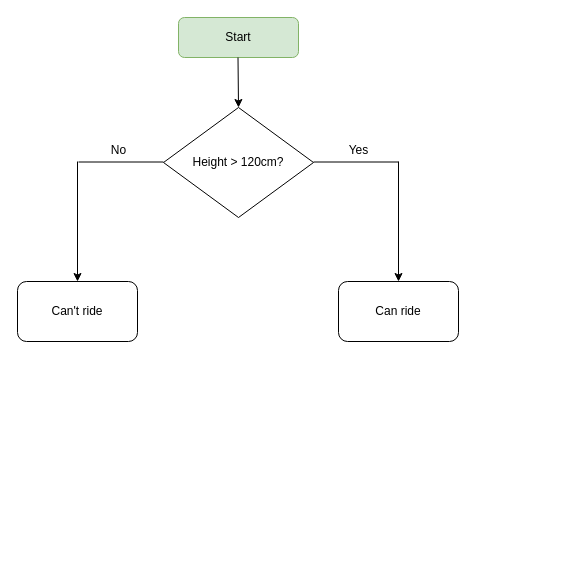
bavinclint/100DayOfCode keeps this draw.io diagram as python/rollacosta.drawio. Above is the earlier version. Source tidied: cells renumbered, new cells numbered last; positions are measured from the earlier drawing's top-left corner, leaving out a move shared by most shapes. Both pictures are drawn from the tidied source at 100%, with x=0, y=0 at pixel (17, 17).
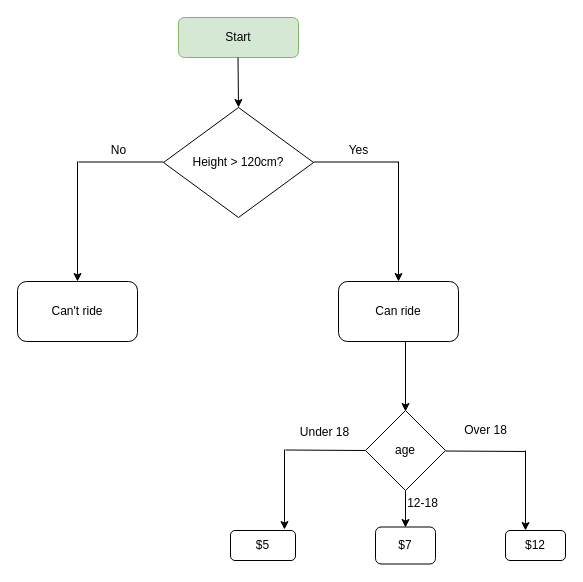
The same page after the edit.

Change to the diagram source:
```diff
@@
+    <mxCell id="13" style="endArrow=classic;html=1;rounded=0;" parent="1" edge="1">
+      <mxGeometry relative="1" as="geometry">
+        <mxPoint x="388" y="324" as="sourcePoint" />
+        <mxPoint x="388" y="394" as="targetPoint" />
+      </mxGeometry>
+    </mxCell>
+    <mxCell id="14" value="age" style="rhombus;whiteSpace=wrap;html=1;" parent="1" vertex="1">
+      <mxGeometry x="348" y="393" width="80" height="80" as="geometry" />
+    </mxCell>
+    <mxCell id="15" style="endArrow=none;html=1;rounded=0;" parent="1" edge="1">
+      <mxGeometry relative="1" as="geometry">
+        <mxPoint x="428" y="433.5" as="sourcePoint" />
+        <mxPoint x="508" y="434" as="targetPoint" />
+      </mxGeometry>
+    </mxCell>
+    <mxCell id="16" style="endArrow=classic;html=1;rounded=0;" parent="1" edge="1">
+      <mxGeometry relative="1" as="geometry">
+        <mxPoint x="508" y="433" as="sourcePoint" />
+        <mxPoint x="508" y="513" as="targetPoint" />
+      </mxGeometry>
+    </mxCell>
+    <mxCell id="17" value="Over 18" style="text;html=1;align=center;verticalAlign=middle;strokeColor=none;fillColor=none;" parent="1" vertex="1">
+      <mxGeometry x="433" y="398" width="70" height="30" as="geometry" />
+    </mxCell>
+    <mxCell id="18" value="$12" style="rounded=1;whiteSpace=wrap;html=1;" parent="1" vertex="1">
+      <mxGeometry x="488" y="513" width="60" height="30" as="geometry" />
+    </mxCell>
+    <mxCell id="19" style="endArrow=none;html=1;rounded=0;" parent="1" edge="1">
+      <mxGeometry relative="1" as="geometry">
+        <mxPoint x="268" y="432.5" as="sourcePoint" />
+        <mxPoint x="348" y="433" as="targetPoint" />
+      </mxGeometry>
+    </mxCell>
+    <mxCell id="20" value="Under 18" style="text;html=1;align=center;verticalAlign=middle;strokeColor=none;fillColor=none;" parent="1" vertex="1">
+      <mxGeometry x="272" y="400" width="70" height="30" as="geometry" />
+    </mxCell>
+    <mxCell id="21" style="endArrow=classic;html=1;rounded=0;" parent="1" edge="1">
+      <mxGeometry relative="1" as="geometry">
+        <mxPoint x="267" y="432" as="sourcePoint" />
+        <mxPoint x="267" y="512" as="targetPoint" />
+      </mxGeometry>
+    </mxCell>
+    <mxCell id="22" value="$5" style="rounded=1;whiteSpace=wrap;html=1;" parent="1" vertex="1">
+      <mxGeometry x="213" y="513" width="65" height="30" as="geometry" />
+    </mxCell>
+    <mxCell id="23" style="endArrow=classic;html=1;rounded=0;" parent="1" edge="1">
+      <mxGeometry relative="1" as="geometry">
+        <mxPoint x="388" y="473" as="sourcePoint" />
+        <mxPoint x="388" y="510" as="targetPoint" />
+      </mxGeometry>
+    </mxCell>
+    <mxCell id="24" value="12-18" style="text;html=1;align=center;verticalAlign=middle;strokeColor=none;fillColor=none;" parent="1" vertex="1">
+      <mxGeometry x="380" y="471" width="50" height="30" as="geometry" />
+    </mxCell>
+    <mxCell id="25" value="$7" style="rounded=1;whiteSpace=wrap;html=1;" parent="1" vertex="1">
+      <mxGeometry x="358" y="509.5" width="60" height="37" as="geometry" />
+    </mxCell>
```
